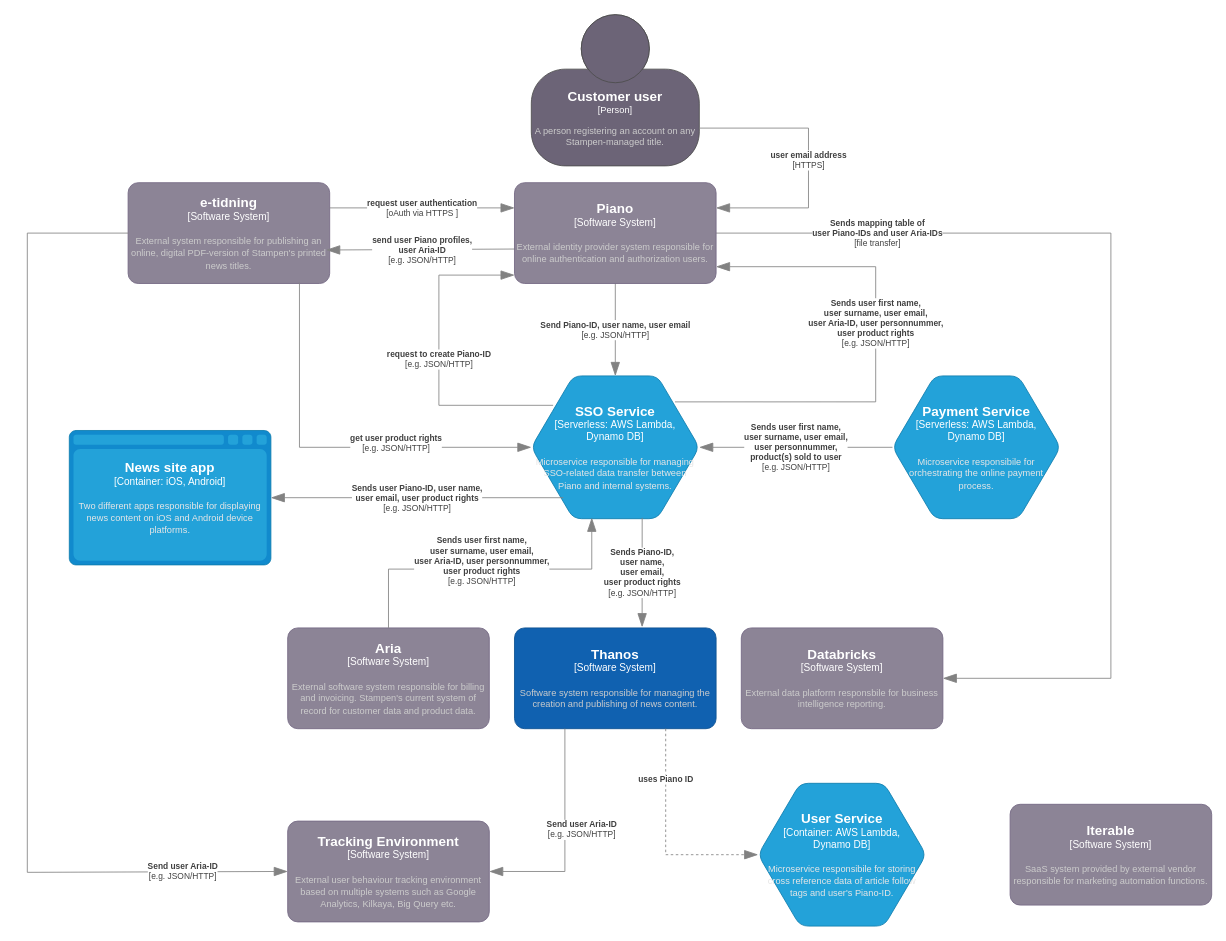
SLM-Development/diagrams keeps this draw.io diagram as context diagram Piano & SSO Service.drawio. Above is the earlier version. Source tidied: cells renumbered, new cells numbered last; positions are measured from the earlier drawing's top-left corner, leaving out a move shared by most shapes. Both pictures are drawn from the tidied source at 84%, with x=0, y=0 at pixel (27, 14).
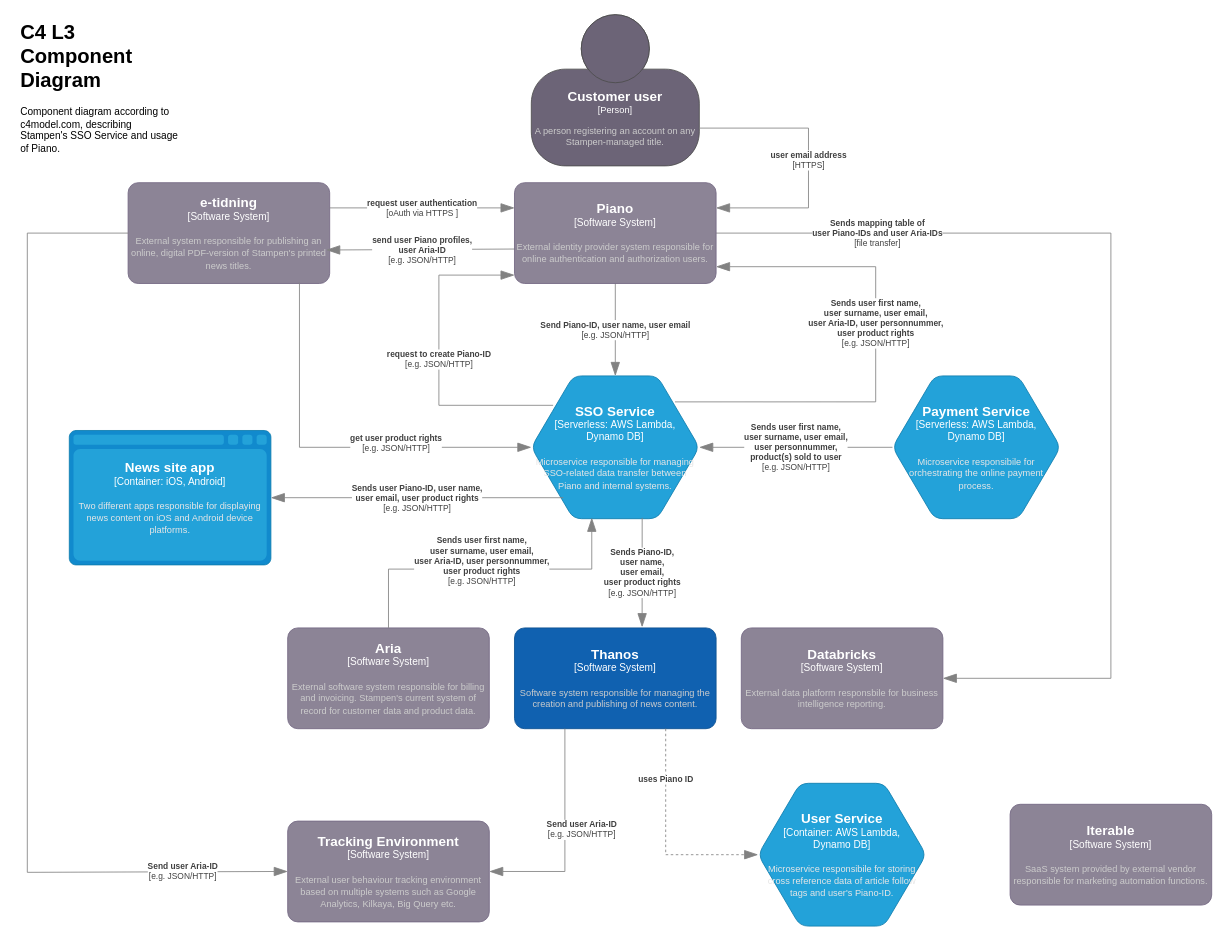
After the change.

Diff of the diagram source:
```diff
@@
+    <mxCell id="29" value="&lt;h1 style=&quot;margin-top: 0px;&quot;&gt;C4 L3 Component Diagram&lt;/h1&gt;&lt;p&gt;Component diagram according to c4model.com, describing Stampen's SSO Service and usage of Piano.&lt;/p&gt;" style="text;html=1;whiteSpace=wrap;overflow=hidden;rounded=0;" parent="1" vertex="1">
+      <mxGeometry x="-10" width="190" height="170" as="geometry" />
+    </mxCell>
```
